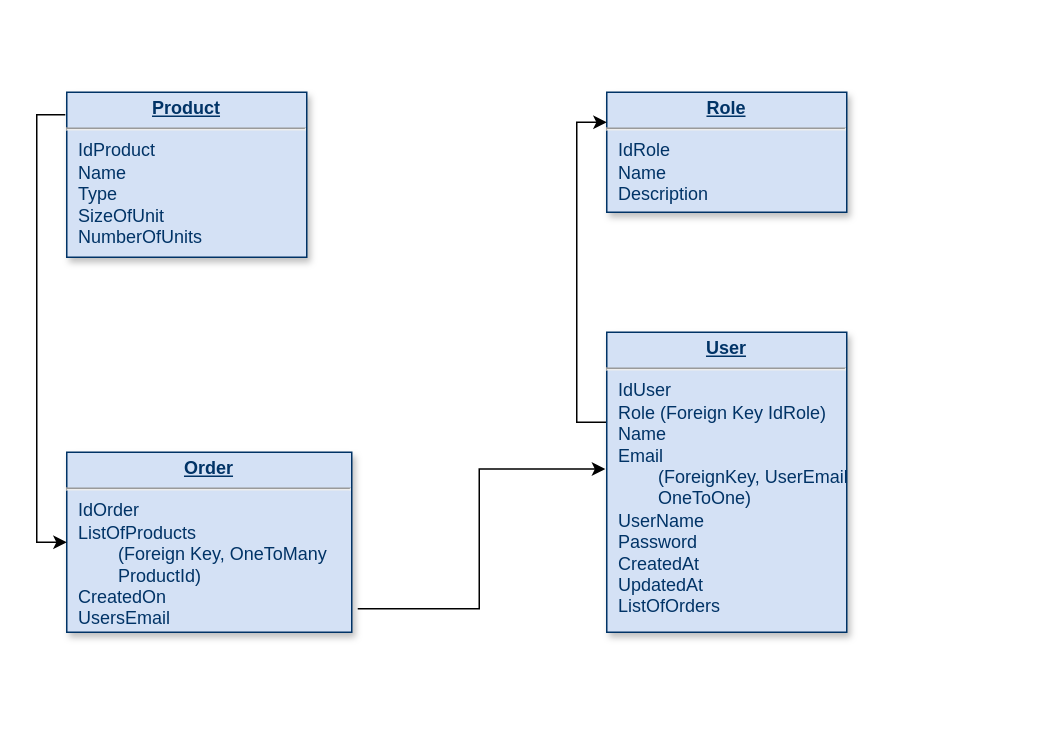
Earlier version of the draw.io diagram diagrams_and_flowcharts/Database/database_schema.drawio (TomaszWoloszyn983/spring-shopping-bot). Source tidied: cells renumbered, new cells numbered last; positions are measured from the earlier drawing's top-left corner, leaving out a move shared by most shapes. Both pictures are drawn from the tidied source at 150%, with x=0, y=0 at pixel (66, 92).
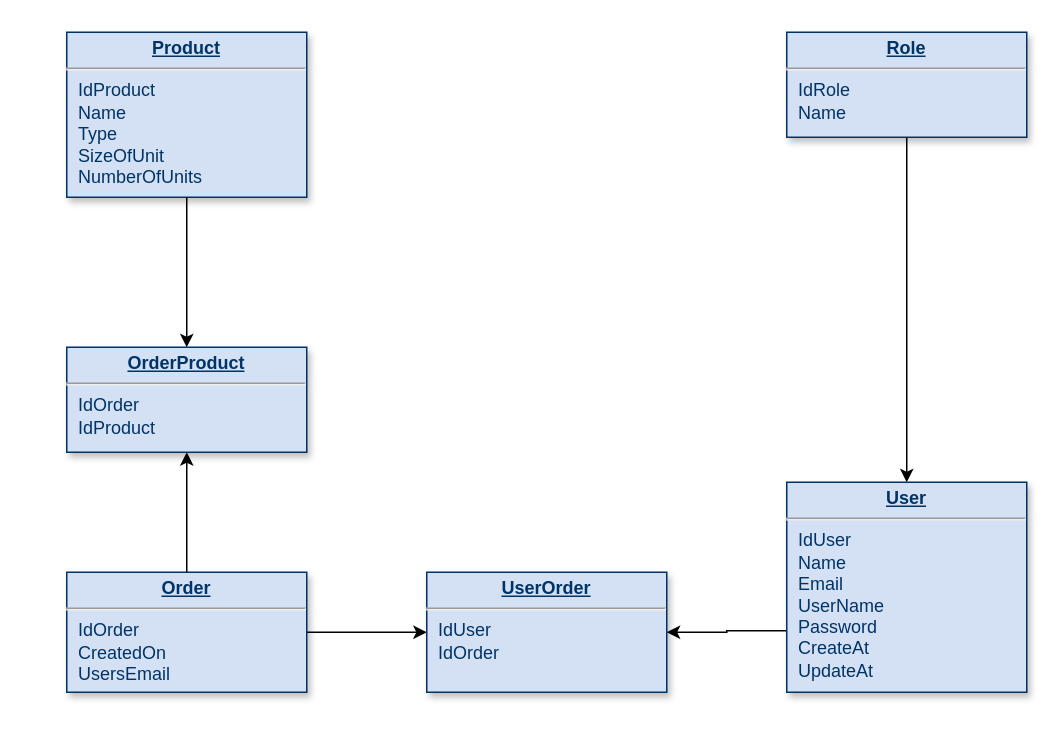
After the change.

Commit message (it also covers changes not shown here):
Updated Database diagram and database section in ReadMe file

What changed in the source:
```diff
@@
 <mxGraphModel>
   <root>
     <mxCell id="0" />
     <mxCell id="1" parent="0" />
+    <mxCell id="9" style="edgeStyle=orthogonalEdgeStyle;rounded=0;jettySize=auto;html=1;entryX=0.5;entryY=0;entryDx=0;entryDy=0;" parent="1" edge="1" source="2" target="4">
+      <mxGeometry relative="1" as="geometry" />
+    </mxCell>
-    <mxCell id="2" value="&lt;p style=&quot;margin: 0px; margin-top: 4px; text-align: center; text-decoration: underline;&quot;&gt;&lt;strong&gt;Role&lt;/strong&gt;&lt;/p&gt;&lt;hr&gt;&lt;p style=&quot;margin: 0px; margin-left: 8px;&quot;&gt;IdRole&lt;/p&gt;&lt;p style=&quot;margin: 0px; margin-left: 8px;&quot;&gt;Name&lt;/p&gt;&lt;p style=&quot;margin: 0px; margin-left: 8px;&quot;&gt;Description&lt;/p&gt;&lt;p style=&quot;margin: 0px; margin-left: 8px;&quot;&gt;&lt;br&gt;&lt;/p&gt;" style="verticalAlign=top;align=left;overflow=fill;fontSize=12;fontFamily=Helvetica;html=1;strokeColor=#003366;shadow=1;fillColor=#D4E1F5;fontColor=#003366;" parent="1" vertex="1">
-      <mxGeometry x="360" width="160" height="80" as="geometry" />
+    <mxCell id="2" value="&lt;p style=&quot;margin: 0px; margin-top: 4px; text-align: center; text-decoration: underline;&quot;&gt;&lt;strong&gt;Role&lt;/strong&gt;&lt;/p&gt;&lt;hr&gt;&lt;p style=&quot;margin: 0px; margin-left: 8px;&quot;&gt;IdRole&lt;/p&gt;&lt;p style=&quot;margin: 0px; margin-left: 8px;&quot;&gt;Name&lt;/p&gt;&lt;p style=&quot;margin: 0px; margin-left: 8px;&quot;&gt;&lt;br&gt;&lt;/p&gt;" style="verticalAlign=top;align=left;overflow=fill;fontSize=12;fontFamily=Helvetica;html=1;strokeColor=#003366;shadow=1;fillColor=#D4E1F5;fontColor=#003366;" parent="1" vertex="1">
+      <mxGeometry x="480" y="-40" width="160" height="70" as="geometry" />
     </mxCell>
-    <mxCell id="3" style="edgeStyle=orthogonalEdgeStyle;rounded=0;jettySize=auto;html=1;entryX=0;entryY=0.25;entryDx=0;entryDy=0;exitX=0;exitY=0.3;exitDx=0;exitDy=0;exitPerimeter=0;" parent="1" edge="1" source="4" target="2">
-      <mxGeometry relative="1" as="geometry" />
-    </mxCell>
+    <mxCell id="10" style="edgeStyle=orthogonalEdgeStyle;rounded=0;jettySize=auto;html=1;exitX=0.006;exitY=0.707;exitDx=0;exitDy=0;exitPerimeter=0;" parent="1" edge="1" source="4" target="13">
+      <mxGeometry relative="1" as="geometry" />
+    </mxCell>
-    <mxCell id="4" value="&lt;p style=&quot;margin: 0px; margin-top: 4px; text-align: center; text-decoration: underline;&quot;&gt;&lt;strong&gt;User&lt;/strong&gt;&lt;/p&gt;&lt;hr&gt;&lt;p style=&quot;margin: 0px; margin-left: 8px;&quot;&gt;IdUser&lt;/p&gt;&lt;p style=&quot;margin: 0px; margin-left: 8px;&quot;&gt;Role (Foreign Key IdRole)&lt;/p&gt;&lt;p style=&quot;margin: 0px; margin-left: 8px;&quot;&gt;Name&lt;/p&gt;&lt;p style=&quot;margin: 0px; margin-left: 8px;&quot;&gt;Email&amp;nbsp;&lt;/p&gt;&lt;p style=&quot;margin: 0px; margin-left: 8px;&quot;&gt;&lt;span style=&quot;white-space: pre;&quot;&gt;&#9;&lt;/span&gt;(ForeignKey, UserEmail&lt;/p&gt;&lt;p style=&quot;margin: 0px; margin-left: 8px;&quot;&gt;&lt;span style=&quot;white-space: pre;&quot;&gt;&#9;&lt;/span&gt;OneToOne)&lt;/p&gt;&lt;p style=&quot;margin: 0px; margin-left: 8px;&quot;&gt;UserName&lt;/p&gt;&lt;p style=&quot;margin: 0px; margin-left: 8px;&quot;&gt;Password&lt;/p&gt;&lt;p style=&quot;margin: 0px; margin-left: 8px;&quot;&gt;CreatedAt&lt;/p&gt;&lt;p style=&quot;margin: 0px; margin-left: 8px;&quot;&gt;UpdatedAt&lt;/p&gt;&lt;p style=&quot;margin: 0px; margin-left: 8px;&quot;&gt;ListOfOrders&lt;/p&gt;" style="verticalAlign=top;align=left;overflow=fill;fontSize=12;fontFamily=Helvetica;html=1;strokeColor=#003366;shadow=1;fillColor=#D4E1F5;fontColor=#003366;" parent="1" vertex="1">
-      <mxGeometry x="360" y="160" width="160" height="200" as="geometry" />
+    <mxCell id="4" value="&lt;p style=&quot;margin: 0px; margin-top: 4px; text-align: center; text-decoration: underline;&quot;&gt;&lt;strong&gt;User&lt;/strong&gt;&lt;/p&gt;&lt;hr&gt;&lt;p style=&quot;margin: 0px; margin-left: 8px;&quot;&gt;IdUser&lt;/p&gt;&lt;p style=&quot;margin: 0px; margin-left: 8px;&quot;&gt;Name&lt;/p&gt;&lt;p style=&quot;margin: 0px; margin-left: 8px;&quot;&gt;Email&lt;/p&gt;&lt;p style=&quot;margin: 0px; margin-left: 8px;&quot;&gt;UserName&lt;/p&gt;&lt;p style=&quot;margin: 0px; margin-left: 8px;&quot;&gt;Password&lt;/p&gt;&lt;p style=&quot;margin: 0px; margin-left: 8px;&quot;&gt;CreateAt&lt;/p&gt;&lt;p style=&quot;margin: 0px; margin-left: 8px;&quot;&gt;UpdateAt&lt;/p&gt;" style="verticalAlign=top;align=left;overflow=fill;fontSize=12;fontFamily=Helvetica;html=1;strokeColor=#003366;shadow=1;fillColor=#D4E1F5;fontColor=#003366;" parent="1" vertex="1">
+      <mxGeometry x="480" y="260" width="160" height="140" as="geometry" />
     </mxCell>
     <mxCell id="5" value="&lt;p style=&quot;margin: 0px; margin-top: 4px; text-align: center; text-decoration: underline;&quot;&gt;&lt;b&gt;Product&lt;/b&gt;&lt;/p&gt;&lt;hr&gt;&lt;p style=&quot;margin: 0px; margin-left: 8px;&quot;&gt;IdProduct&lt;/p&gt;&lt;p style=&quot;margin: 0px; margin-left: 8px;&quot;&gt;&lt;span style=&quot;background-color: initial;&quot;&gt;Name&lt;/span&gt;&lt;/p&gt;&lt;p style=&quot;margin: 0px; margin-left: 8px;&quot;&gt;Type&lt;/p&gt;&lt;p style=&quot;margin: 0px; margin-left: 8px;&quot;&gt;SizeOfUnit&lt;/p&gt;&lt;p style=&quot;margin: 0px; margin-left: 8px;&quot;&gt;NumberOfUnits&lt;/p&gt;" style="verticalAlign=top;align=left;overflow=fill;fontSize=12;fontFamily=Helvetica;html=1;strokeColor=#003366;shadow=1;fillColor=#D4E1F5;fontColor=#003366;" parent="1" vertex="1">
-      <mxGeometry width="160" height="110" as="geometry" />
+      <mxGeometry y="-40" width="160" height="110" as="geometry" />
     </mxCell>
-    <mxCell id="6" style="edgeStyle=orthogonalEdgeStyle;rounded=0;jettySize=auto;html=1;exitX=1.021;exitY=0.869;exitDx=0;exitDy=0;exitPerimeter=0;entryX=-0.006;entryY=0.456;entryDx=0;entryDy=0;entryPerimeter=0;" parent="1" edge="1" source="7" target="4">
+    <mxCell id="6" style="edgeStyle=orthogonalEdgeStyle;rounded=0;jettySize=auto;html=1;entryX=0;entryY=0.5;entryDx=0;entryDy=0;exitX=1;exitY=0.5;exitDx=0;exitDy=0;" parent="1" edge="1" source="7" target="13">
       <mxGeometry relative="1" as="geometry" />
     </mxCell>
+    <mxCell id="11" style="edgeStyle=orthogonalEdgeStyle;rounded=0;jettySize=auto;html=1;" parent="1" edge="1" source="7" target="12">
+      <mxGeometry relative="1" as="geometry" />
+    </mxCell>
-    <mxCell id="7" value="&lt;p style=&quot;margin: 0px; margin-top: 4px; text-align: center; text-decoration: underline;&quot;&gt;&lt;b&gt;Order&lt;/b&gt;&lt;/p&gt;&lt;hr&gt;&lt;p style=&quot;margin: 0px; margin-left: 8px;&quot;&gt;IdOrder&lt;/p&gt;&lt;p style=&quot;margin: 0px; margin-left: 8px;&quot;&gt;&lt;span style=&quot;background-color: initial;&quot;&gt;ListOfProducts&amp;nbsp;&lt;/span&gt;&lt;/p&gt;&lt;p style=&quot;margin: 0px; margin-left: 8px;&quot;&gt;&lt;span style=&quot;background-color: initial;&quot;&gt;&lt;span style=&quot;white-space: pre;&quot;&gt;&#9;&lt;/span&gt;(Foreign Key, OneToMany&lt;/span&gt;&lt;/p&gt;&lt;p style=&quot;margin: 0px; margin-left: 8px;&quot;&gt;&lt;span style=&quot;background-color: initial;&quot;&gt;&lt;span style=&quot;white-space: pre;&quot;&gt;&#9;&lt;/span&gt;ProductId)&lt;/span&gt;&lt;/p&gt;&lt;p style=&quot;margin: 0px; margin-left: 8px;&quot;&gt;CreatedOn&lt;/p&gt;&lt;p style=&quot;margin: 0px; margin-left: 8px;&quot;&gt;UsersEmail&lt;/p&gt;" style="verticalAlign=top;align=left;overflow=fill;fontSize=12;fontFamily=Helvetica;html=1;strokeColor=#003366;shadow=1;fillColor=#D4E1F5;fontColor=#003366;" parent="1" vertex="1">
-      <mxGeometry y="240" width="190" height="120" as="geometry" />
+    <mxCell id="7" value="&lt;p style=&quot;margin: 0px; margin-top: 4px; text-align: center; text-decoration: underline;&quot;&gt;&lt;b&gt;Order&lt;/b&gt;&lt;/p&gt;&lt;hr&gt;&lt;p style=&quot;margin: 0px; margin-left: 8px;&quot;&gt;IdOrder&lt;/p&gt;&lt;p style=&quot;margin: 0px; margin-left: 8px;&quot;&gt;CreatedOn&lt;/p&gt;&lt;p style=&quot;margin: 0px; margin-left: 8px;&quot;&gt;UsersEmail&lt;/p&gt;" style="verticalAlign=top;align=left;overflow=fill;fontSize=12;fontFamily=Helvetica;html=1;strokeColor=#003366;shadow=1;fillColor=#D4E1F5;fontColor=#003366;" parent="1" vertex="1">
+      <mxGeometry y="320" width="160" height="80" as="geometry" />
     </mxCell>
-    <mxCell id="8" style="edgeStyle=orthogonalEdgeStyle;rounded=0;jettySize=auto;html=1;entryX=0;entryY=0.5;entryDx=0;entryDy=0;exitX=-0.006;exitY=0.136;exitDx=0;exitDy=0;exitPerimeter=0;" parent="1" edge="1" source="5" target="7">
+    <mxCell id="8" style="edgeStyle=orthogonalEdgeStyle;rounded=0;jettySize=auto;html=1;exitX=0.5;exitY=1;exitDx=0;exitDy=0;" parent="1" edge="1" source="5" target="12">
       <mxGeometry relative="1" as="geometry" />
     </mxCell>
+    <mxCell id="12" value="&lt;p style=&quot;margin: 0px; margin-top: 4px; text-align: center; text-decoration: underline;&quot;&gt;&lt;b&gt;OrderProduct&lt;/b&gt;&lt;/p&gt;&lt;hr&gt;&lt;p style=&quot;margin: 0px; margin-left: 8px;&quot;&gt;IdOrder&lt;/p&gt;&lt;p style=&quot;margin: 0px; margin-left: 8px;&quot;&gt;IdProduct&lt;/p&gt;&lt;p style=&quot;margin: 0px; margin-left: 8px;&quot;&gt;&lt;br&gt;&lt;/p&gt;" style="verticalAlign=top;align=left;overflow=fill;fontSize=12;fontFamily=Helvetica;html=1;strokeColor=#003366;shadow=1;fillColor=#D4E1F5;fontColor=#003366;" parent="1" vertex="1">
+      <mxGeometry y="170" width="160" height="70" as="geometry" />
+    </mxCell>
+    <mxCell id="13" value="&lt;p style=&quot;margin: 0px; margin-top: 4px; text-align: center; text-decoration: underline;&quot;&gt;&lt;b&gt;UserOrder&lt;/b&gt;&lt;/p&gt;&lt;hr&gt;&lt;p style=&quot;margin: 0px; margin-left: 8px;&quot;&gt;IdUser&lt;/p&gt;&lt;p style=&quot;margin: 0px; margin-left: 8px;&quot;&gt;IdOrder&lt;/p&gt;&lt;p style=&quot;margin: 0px; margin-left: 8px;&quot;&gt;&lt;br&gt;&lt;/p&gt;" style="verticalAlign=top;align=left;overflow=fill;fontSize=12;fontFamily=Helvetica;html=1;strokeColor=#003366;shadow=1;fillColor=#D4E1F5;fontColor=#003366;" parent="1" vertex="1">
+      <mxGeometry x="240" y="320" width="160" height="80" as="geometry" />
+    </mxCell>
   </root>
 </mxGraphModel>
```
